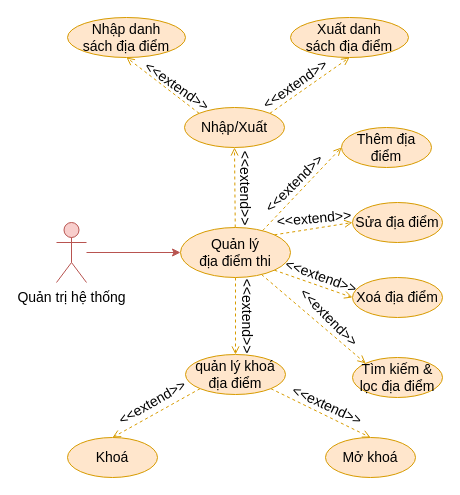
Above: document/temp/draw/usecase_phanra/usecase_diadiemthi.drawio in copecute/Edudex-Quiz (draw.io), before the change. Source tidied: cells renumbered, new cells numbered last; positions are measured from the earlier drawing's top-left corner, leaving out a move shared by most shapes. Both pictures are drawn from the tidied source at 100%, with x=0, y=0 at pixel (56, 17).
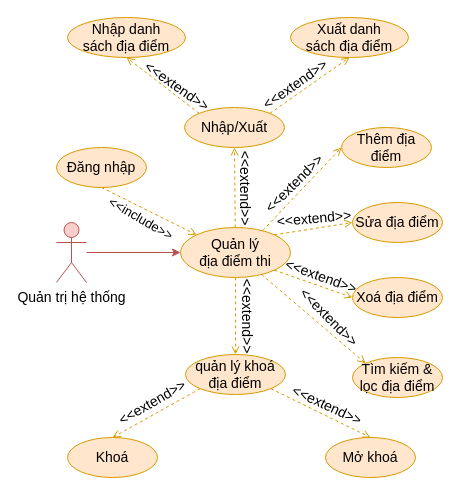
Above is the later version.

The change refers to these unchanged cells:
```xml
<mxCell id="5" value="Quản lý&lt;br&gt;địa điểm thi" style="ellipse;whiteSpace=wrap;html=1;fillColor=#ffe6cc;strokeColor=#d79b00;fontSize=14;" parent="1" vertex="1">
  <mxGeometry x="124" y="210" width="110" height="50" as="geometry" />
</mxCell>
```

Change to the diagram source:
```diff
@@
+    <mxCell id="35" style="rounded=0;jettySize=auto;html=1;exitX=0.5;exitY=1;exitDx=0;exitDy=0;entryX=0;entryY=0;entryDx=0;entryDy=0;fillColor=#ffe6cc;strokeColor=#d79b00;endArrow=open;endFill=0;dashed=1;" parent="1" edge="1" source="36" target="5">
+      <mxGeometry relative="1" as="geometry" />
+    </mxCell>
+    <mxCell id="36" value="Đăng nhập" style="ellipse;whiteSpace=wrap;html=1;fillColor=#ffe6cc;strokeColor=#d79b00;fontSize=14;" parent="1" vertex="1">
+      <mxGeometry y="130" width="90" height="40" as="geometry" />
+    </mxCell>
+    <mxCell id="37" value="&lt;font style=&quot;font-size: 13px;&quot;&gt;&amp;lt;&amp;lt;include&amp;gt;&amp;gt;&lt;/font&gt;" style="text;html=1;strokeColor=none;fillColor=none;align=center;verticalAlign=middle;whiteSpace=wrap;rounded=0;rotation=30;fontSize=13;" parent="1" vertex="1">
+      <mxGeometry x="55" y="186" width="60" height="30" as="geometry" />
+    </mxCell>
```
